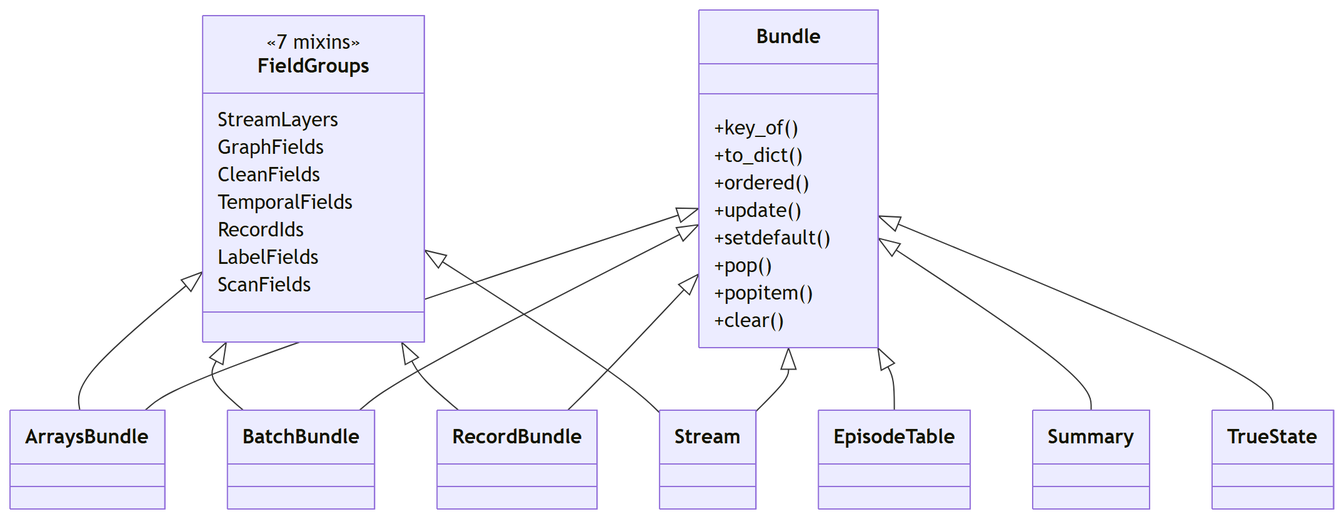
Earlier version of the Mermaid export docs/figures/diagrams/classes_models.png (myersben9/fdia-graph). Its source is kept beside it as docs/figures/diagrams/classes_models.mmd.
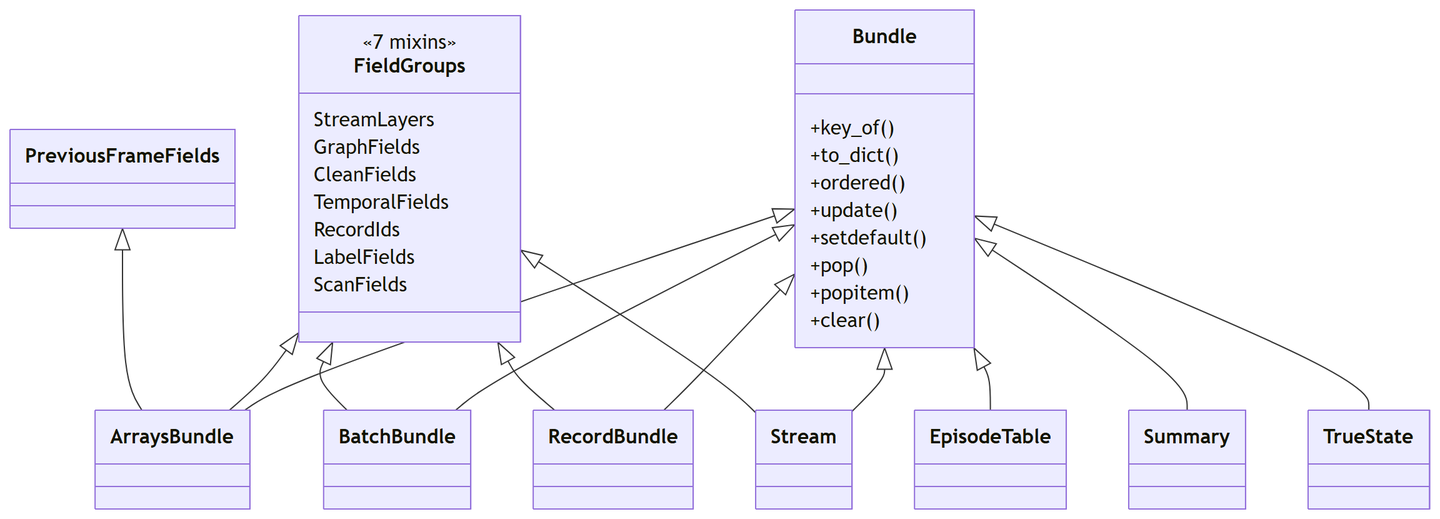
After the change.

The edit, as a diff of the source:
```diff
@@ -18,6 +18,8 @@
         +pop()
         +popitem()
         +clear()
+    }
+    class PreviousFrameFields {
     }
     class RecordBundle {
     }
@@ -44,3 +46,4 @@
     FieldGroups <|-- BatchBundle
     FieldGroups <|-- RecordBundle
     FieldGroups <|-- Stream
+    PreviousFrameFields <|-- ArraysBundle
```
